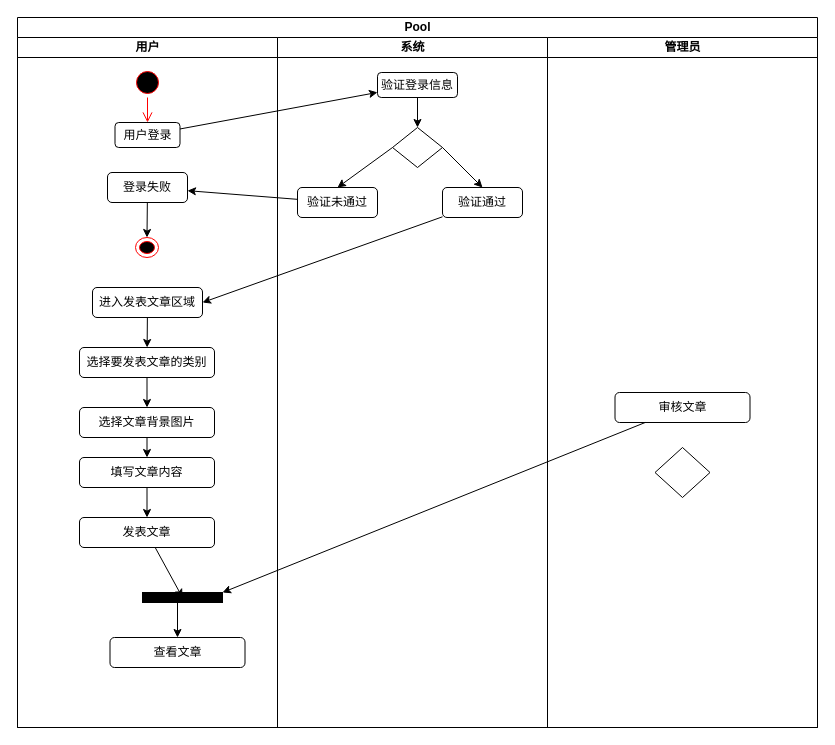
Above: 活动图发表文章.drawio in JMHello/draw (draw.io), before the change. Source tidied: cells renumbered, new cells numbered last; positions are measured from the earlier drawing's top-left corner, leaving out a move shared by most shapes. Both pictures are drawn from the tidied source at 100%, with x=0, y=0 at pixel (17, 17).
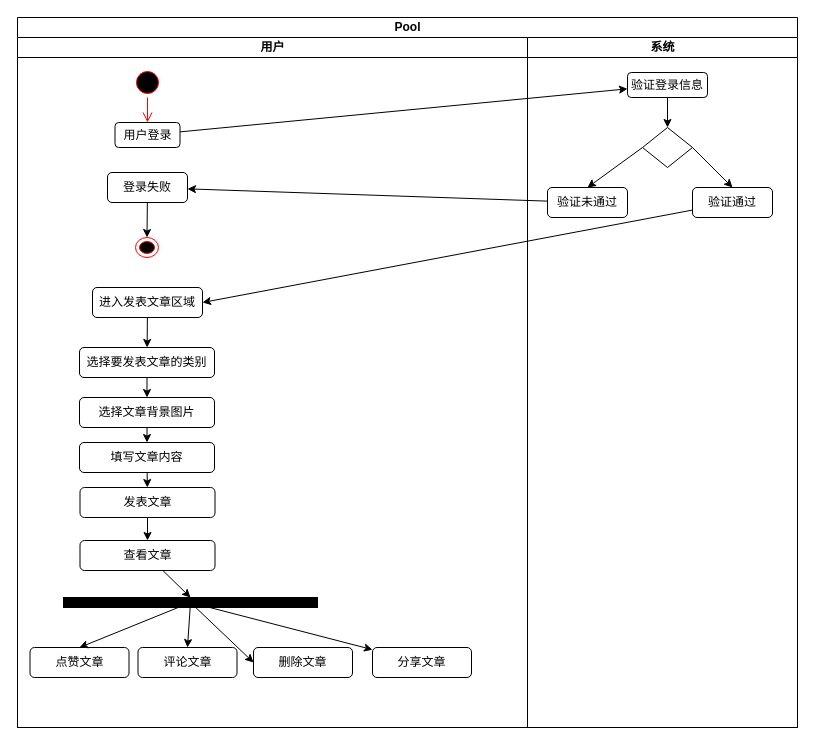
The same page after the edit.

Commit message (it also covers changes not shown here):
Update 活动图发表文章.drawio

Unchanged cells that the change refers to:
```xml
<mxCell id="6" value="用户登录" style="rounded=1;whiteSpace=wrap;html=1;" parent="3" vertex="1">
  <mxGeometry x="97.5" y="85" width="65" height="25" as="geometry" />
</mxCell>
<mxCell id="26" value="验证登录信息" style="rounded=1;whiteSpace=wrap;html=1;" parent="24" vertex="1">
  <mxGeometry x="100" y="35" width="80" height="25" as="geometry" />
</mxCell>
```

The edit, as a diff of the source:
```diff
@@
     <mxCell id="2" value="Pool" style="swimlane;html=1;startSize=20;" parent="1" vertex="1">
-      <mxGeometry width="800" height="710" as="geometry" />
+      <mxGeometry width="780" height="710" as="geometry" />
     </mxCell>
+    <mxCell id="23" style="edgeStyle=none;rounded=0;jettySize=auto;html=1;" parent="2" edge="1" source="6" target="26">
+      <mxGeometry relative="1" as="geometry" />
+    </mxCell>
     <mxCell id="3" value="用户" style="swimlane;html=1;startSize=20;" parent="2" vertex="1">
-      <mxGeometry y="20" width="260" height="690" as="geometry" />
+      <mxGeometry y="20" width="510" height="690" as="geometry" />
     </mxCell>
@@
     <mxCell id="15" value="选择文章背景图片" style="rounded=1;whiteSpace=wrap;html=1;" parent="3" vertex="1">
-      <mxGeometry x="62" y="370" width="135" height="30" as="geometry" />
+      <mxGeometry x="62" y="360" width="135" height="30" as="geometry" />
     </mxCell>
@@
     <mxCell id="17" value="填写文章内容" style="rounded=1;whiteSpace=wrap;html=1;" parent="3" vertex="1">
-      <mxGeometry x="62" y="420" width="135" height="30" as="geometry" />
+      <mxGeometry x="62" y="405" width="135" height="30" as="geometry" />
     </mxCell>
-    <mxCell id="18" style="edgeStyle=none;rounded=0;jettySize=auto;html=1;entryX=0.5;entryY=0.5;entryDx=0;entryDy=0;entryPerimeter=0;" parent="3" edge="1" source="19" target="21">
-      <mxGeometry relative="1" as="geometry" />
-    </mxCell>
+    <mxCell id="38" style="edgeStyle=none;rounded=0;jettySize=auto;html=1;" parent="3" edge="1" source="19" target="22">
+      <mxGeometry relative="1" as="geometry" />
+    </mxCell>
     <mxCell id="19" value="发表文章" style="rounded=1;whiteSpace=wrap;html=1;" parent="3" vertex="1">
-      <mxGeometry x="62" y="480" width="135" height="30" as="geometry" />
+      <mxGeometry x="62.5" y="450" width="135" height="30" as="geometry" />
     </mxCell>
-    <mxCell id="20" style="edgeStyle=none;rounded=0;jettySize=auto;html=1;entryX=0.5;entryY=0;entryDx=0;entryDy=0;" parent="3" edge="1" source="21" target="22">
-      <mxGeometry relative="1" as="geometry" />
-    </mxCell>
-    <mxCell id="21" style="html=1;points=[];perimeter=orthogonalPerimeter;rotation=90;fillColor=#000000;" parent="3" vertex="1">
-      <mxGeometry x="160" y="520" width="10" height="80" as="geometry" />
-    </mxCell>
+    <mxCell id="39" style="edgeStyle=none;rounded=0;jettySize=auto;html=1;entryX=0.5;entryY=0;entryDx=0;entryDy=0;" parent="3" edge="1" source="22" target="45">
+      <mxGeometry relative="1" as="geometry" />
+    </mxCell>
     <mxCell id="22" value="查看文章" style="rounded=1;whiteSpace=wrap;html=1;" parent="3" vertex="1">
-      <mxGeometry x="92.5" y="600" width="135" height="30" as="geometry" />
+      <mxGeometry x="62.5" y="503" width="135" height="30" as="geometry" />
     </mxCell>
-    <mxCell id="23" style="edgeStyle=none;rounded=0;jettySize=auto;html=1;" parent="2" edge="1" source="6" target="26">
-      <mxGeometry relative="1" as="geometry" />
-    </mxCell>
+    <mxCell id="40" value="点赞文章" style="rounded=1;whiteSpace=wrap;html=1;" parent="3" vertex="1">
+      <mxGeometry x="12.5" y="610" width="99" height="30" as="geometry" />
+    </mxCell>
+    <mxCell id="41" style="edgeStyle=none;rounded=0;jettySize=auto;html=1;entryX=0.5;entryY=0;entryDx=0;entryDy=0;" parent="3" edge="1" source="45" target="40">
+      <mxGeometry relative="1" as="geometry" />
+    </mxCell>
+    <mxCell id="42" style="edgeStyle=none;rounded=0;jettySize=auto;html=1;entryX=0.5;entryY=0;entryDx=0;entryDy=0;" parent="3" edge="1" source="45" target="46">
+      <mxGeometry relative="1" as="geometry" />
+    </mxCell>
+    <mxCell id="43" style="edgeStyle=none;rounded=0;jettySize=auto;html=1;entryX=0;entryY=0.5;entryDx=0;entryDy=0;" parent="3" edge="1" source="45" target="47">
+      <mxGeometry relative="1" as="geometry" />
+    </mxCell>
+    <mxCell id="44" style="edgeStyle=none;rounded=0;jettySize=auto;html=1;" parent="3" edge="1" source="45" target="48">
+      <mxGeometry relative="1" as="geometry" />
+    </mxCell>
+    <mxCell id="45" style="rounded=0;whiteSpace=wrap;html=1;fillColor=#000000;" parent="3" vertex="1">
+      <mxGeometry x="46" y="560" width="254" height="10" as="geometry" />
+    </mxCell>
+    <mxCell id="46" value="评论文章" style="rounded=1;whiteSpace=wrap;html=1;" parent="3" vertex="1">
+      <mxGeometry x="120.5" y="610" width="99" height="30" as="geometry" />
+    </mxCell>
+    <mxCell id="47" value="删除文章" style="rounded=1;whiteSpace=wrap;html=1;" parent="3" vertex="1">
+      <mxGeometry x="236" y="610" width="99" height="30" as="geometry" />
+    </mxCell>
+    <mxCell id="48" value="分享文章" style="rounded=1;whiteSpace=wrap;html=1;" parent="3" vertex="1">
+      <mxGeometry x="355" y="610" width="99" height="30" as="geometry" />
+    </mxCell>
     <mxCell id="24" value="系统" style="swimlane;html=1;startSize=20;" parent="2" vertex="1">
-      <mxGeometry x="260" y="20" width="270" height="690" as="geometry" />
+      <mxGeometry x="510" y="20" width="270" height="690" as="geometry" />
     </mxCell>
@@
-    <mxCell id="32" value="管理员" style="swimlane;html=1;startSize=20;" parent="2" vertex="1">
-      <mxGeometry x="530" y="20" width="270" height="690" as="geometry" />
-    </mxCell>
-    <mxCell id="33" value="审核文章" style="rounded=1;whiteSpace=wrap;html=1;" parent="32" vertex="1">
-      <mxGeometry x="67.5" y="355" width="135" height="30" as="geometry" />
-    </mxCell>
-    <mxCell id="34" style="rhombus;whiteSpace=wrap;html=1;" parent="32" vertex="1">
-      <mxGeometry x="107.5" y="410" width="55" height="50" as="geometry" />
-    </mxCell>
@@
-    <mxCell id="37" style="edgeStyle=none;rounded=0;jettySize=auto;html=1;" parent="2" edge="1" source="33" target="21">
-      <mxGeometry relative="1" as="geometry" />
-    </mxCell>
```
